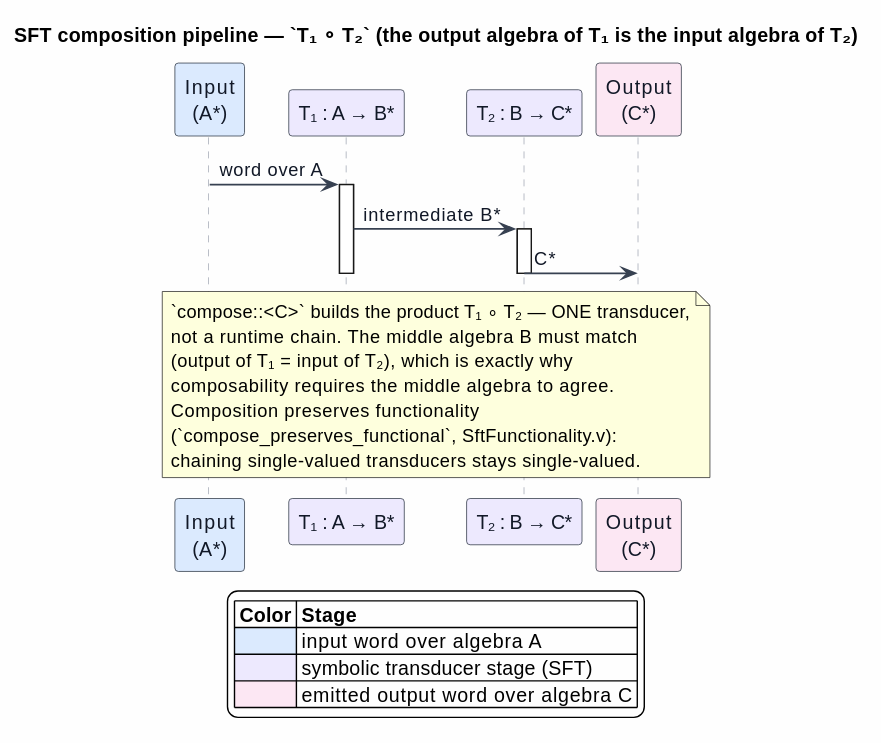
Above: docs/architecture/semantic-predicates/figures/04-sft-composition.svg in F1R3FLY-io/mettail-rust (PlantUML), before the change.
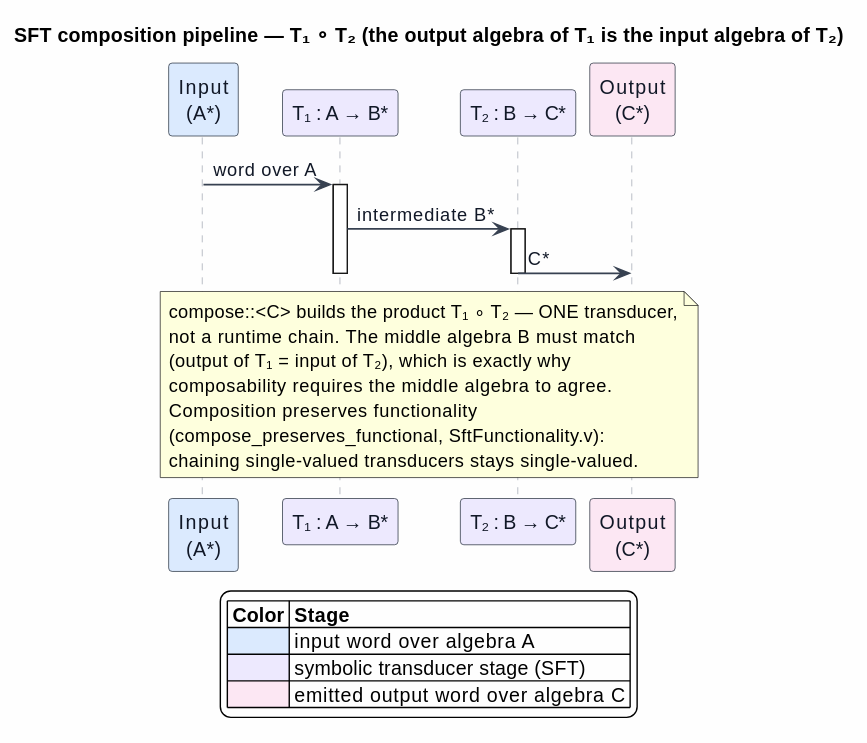
After the commit.

What changed in the source:
```diff
@@ -1,5 +1,5 @@
 @startuml
-title SFT composition pipeline — `T₁ ∘ T₂` (the output algebra of T₁ is the input algebra of T₂)
+title SFT composition pipeline — T₁ ∘ T₂ (the output algebra of T₁ is the input algebra of T₂)
 
 skinparam backgroundColor #FEFEFE
 skinparam shadowing false
@@ -26,12 +26,12 @@
 deactivate T1
 
 note over T1, T2
-  `compose::<C>` builds the product T₁ ∘ T₂ — ONE transducer,
+  compose::<C> builds the product T₁ ∘ T₂ — ONE transducer,
   not a runtime chain. The middle algebra B must match
   (output of T₁ = input of T₂), which is exactly why
   composability requires the middle algebra to agree.
   Composition preserves functionality
-  (`compose_preserves_functional`, SftFunctionality.v):
+  (compose_preserves_functional, SftFunctionality.v):
   chaining single-valued transducers stays single-valued.
 end note
 
```
